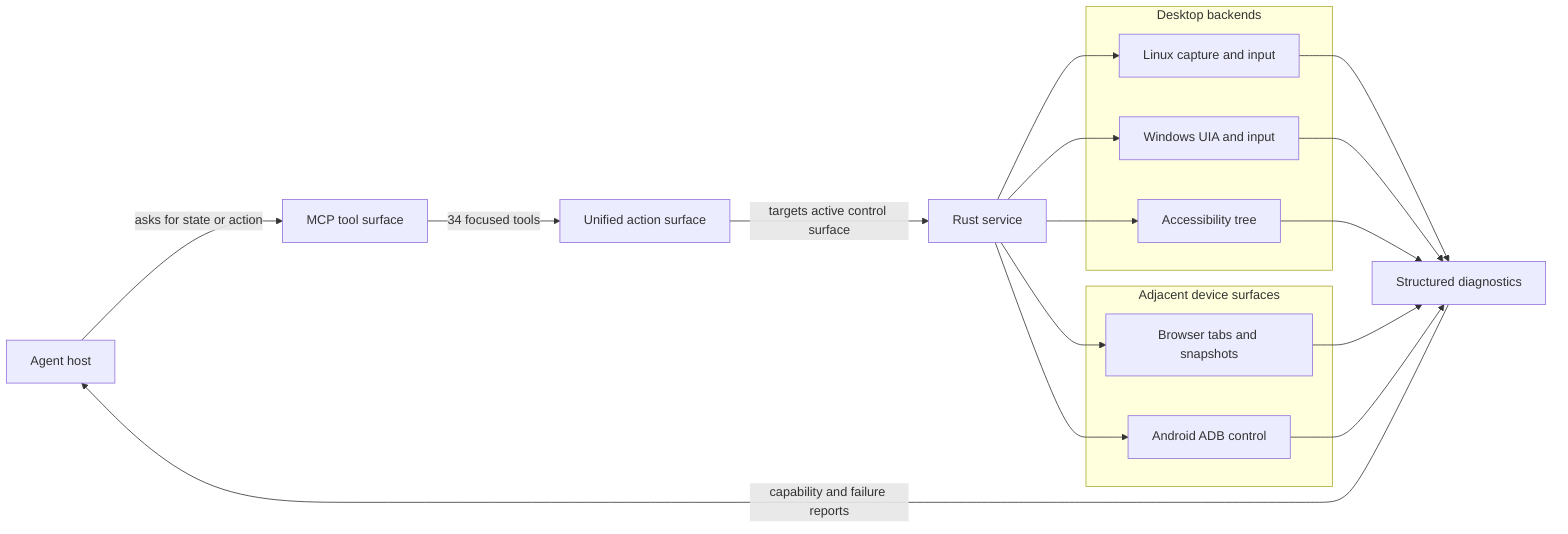
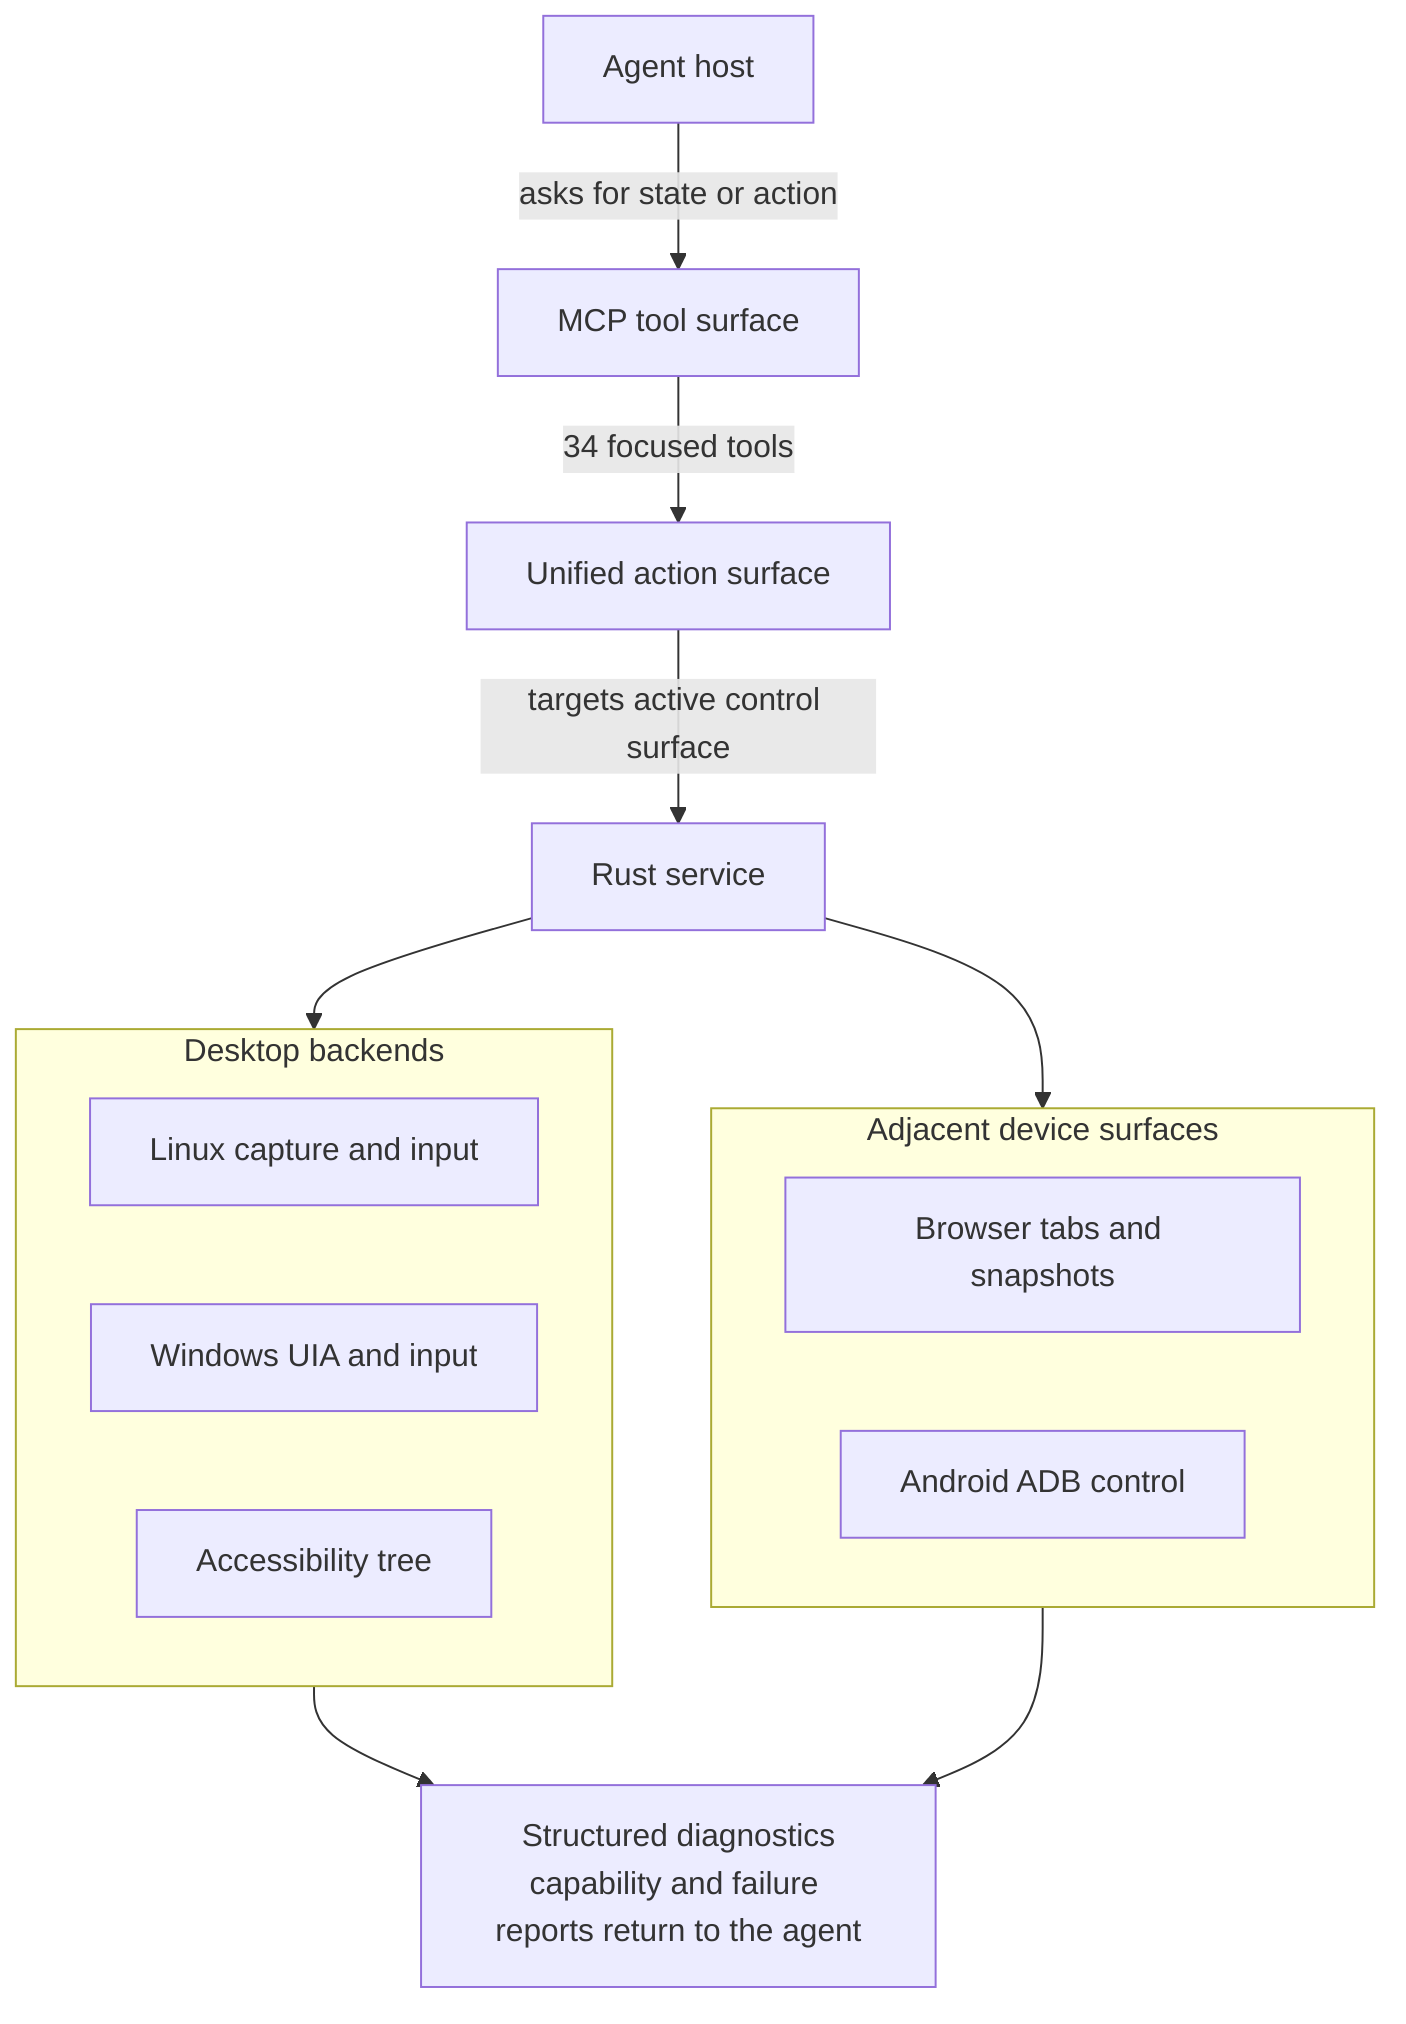
%% Generated diagram source - run `pnpm generate:diagrams` after editing and commit the updated SVG.
- flowchart LR
-   agent["Agent host"]
-   mcp["MCP tool surface"]
-   action_router["Unified action surface"]
-   service["Rust service"]
- 
+ flowchart TD
+   agent["Agent host"] -->|"asks for state or action"| mcp["MCP tool surface"]
+   mcp -->|"34 focused tools"| action_router["Unified action surface"]
+   action_router -->|"targets active control surface"| service["Rust service"]
  subgraph desktop["Desktop backends"]
    linux["Linux capture and input"]
    windows["Windows UIA and input"]
    accessibility["Accessibility tree"]
  end
- 
  subgraph adjacent["Adjacent device surfaces"]
    browser["Browser tabs and snapshots"]
    android["Android ADB control"]
  end
- 
-   diagnostics["Structured diagnostics"]
- 
-   agent -->|"asks for state or action"| mcp
-   mcp -->|"34 focused tools"| action_router
-   action_router -->|"targets active control surface"| service
-   service --> linux
-   service --> windows
-   service --> accessibility
-   service --> browser
-   service --> android
-   linux --> diagnostics
-   windows --> diagnostics
-   accessibility --> diagnostics
-   browser --> diagnostics
-   android --> diagnostics
-   diagnostics -->|"capability and failure reports"| agent
+   service --> desktop
+   service --> adjacent
+   desktop --> diagnostics["Structured diagnostics<br>capability and failure reports return to the agent"]
+   adjacent --> diagnostics
